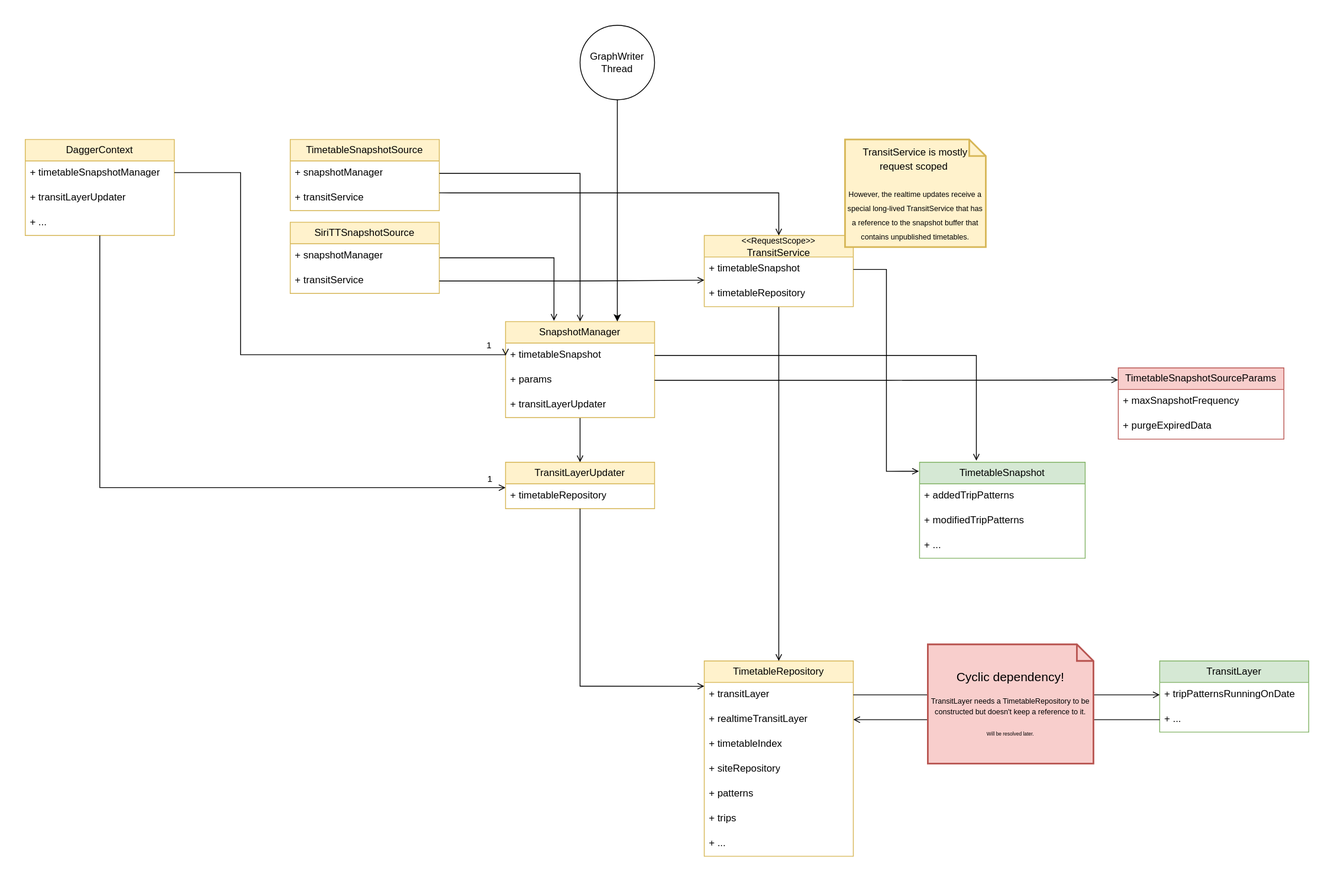
This is doc/dev/design/TimetableSnapshotManager.svg from opentripplanner/OpenTripPlanner, a draw.io export, as it was before one commit. Source tidied: cells renumbered, new cells last; positions are measured from the earlier drawing's top-left corner, leaving out a move shared by most shapes.
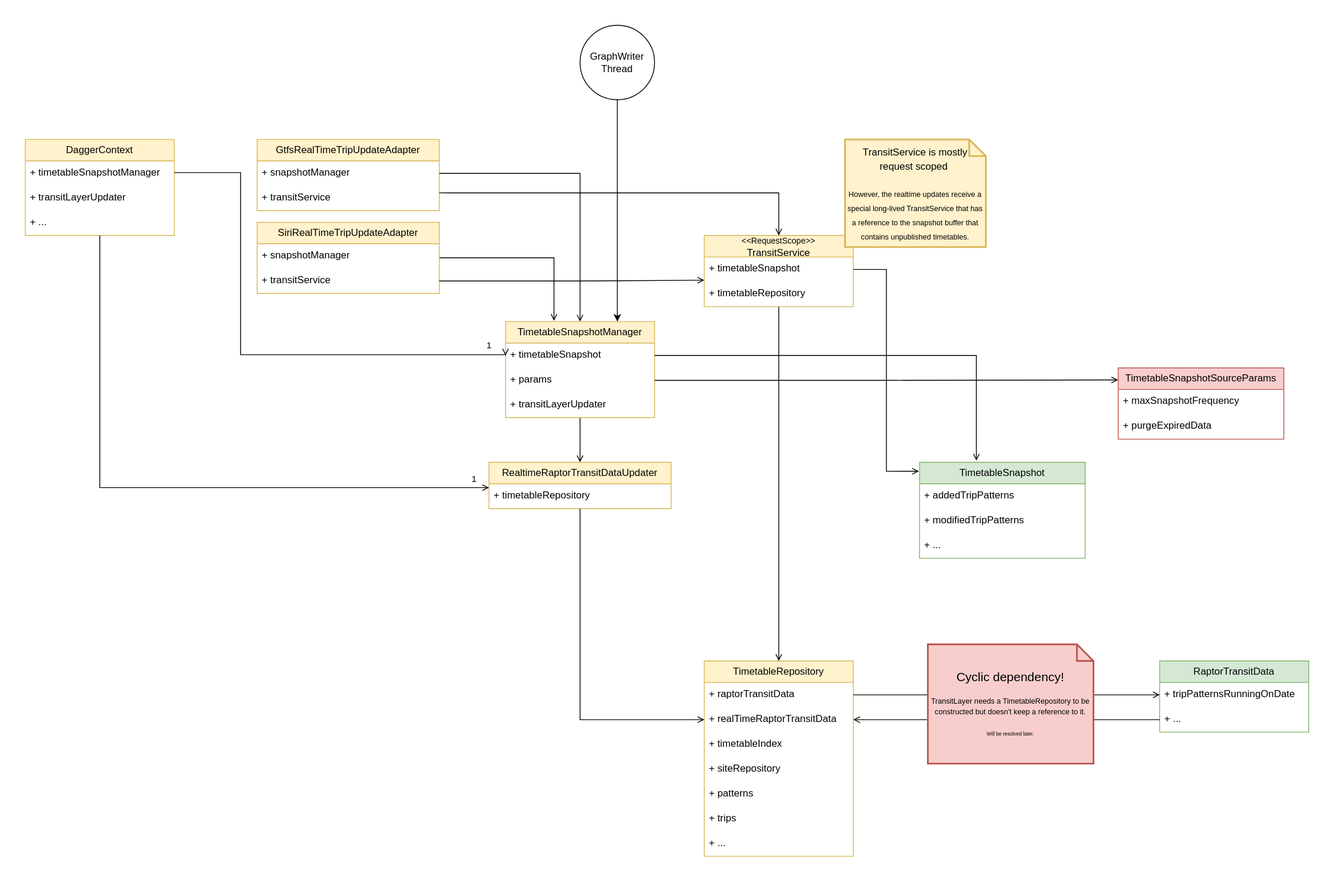
Above is the later version.

Commit message:
Add renames to the diagram

Change to the diagram source:
```diff
@@ -5,10 +5,10 @@
     <mxCell id="2" value="TimetableRepository" style="swimlane;fontStyle=0;horizontal=1;startSize=26;fillColor=#fff2cc;whiteSpace=wrap;html=1;strokeColor=#d6b656;" parent="1" vertex="1">
       <mxGeometry x="820" y="768" width="180" height="236" as="geometry" />
     </mxCell>
-    <mxCell id="3" value="&lt;div&gt;+ transitLayer&lt;br&gt;&lt;/div&gt;" style="text;strokeColor=none;fillColor=none;align=left;verticalAlign=top;spacingLeft=4;spacingRight=4;overflow=hidden;points=[[0,0.5],[1,0.5]];portConstraint=eastwest;whiteSpace=wrap;html=1;" parent="2" vertex="1">
+    <mxCell id="3" value="&lt;div&gt;+ raptorTransit&lt;span style=&quot;background-color: transparent; color: light-dark(rgb(0, 0, 0), rgb(255, 255, 255));&quot;&gt;Data&lt;/span&gt;&lt;/div&gt;" style="text;strokeColor=none;fillColor=none;align=left;verticalAlign=top;spacingLeft=4;spacingRight=4;overflow=hidden;points=[[0,0.5],[1,0.5]];portConstraint=eastwest;whiteSpace=wrap;html=1;" parent="2" vertex="1">
       <mxGeometry y="26" width="180" height="30" as="geometry" />
     </mxCell>
-    <mxCell id="4" value="&lt;div&gt;+ realtimeTransitLayer&lt;br&gt;&lt;/div&gt;" style="text;strokeColor=none;fillColor=none;align=left;verticalAlign=top;spacingLeft=4;spacingRight=4;overflow=hidden;points=[[0,0.5],[1,0.5]];portConstraint=eastwest;whiteSpace=wrap;html=1;" parent="2" vertex="1">
+    <mxCell id="4" value="&lt;div&gt;+ realTimeRaptorTransitData&lt;br&gt;&lt;/div&gt;" style="text;strokeColor=none;fillColor=none;align=left;verticalAlign=top;spacingLeft=4;spacingRight=4;overflow=hidden;points=[[0,0.5],[1,0.5]];portConstraint=eastwest;whiteSpace=wrap;html=1;" parent="2" vertex="1">
       <mxGeometry y="56" width="180" height="30" as="geometry" />
     </mxCell>
     <mxCell id="5" value="&lt;div&gt;+ timetableIndex&lt;/div&gt;" style="text;strokeColor=none;fillColor=none;align=left;verticalAlign=top;spacingLeft=4;spacingRight=4;overflow=hidden;whiteSpace=wrap;html=1;" parent="2" vertex="1">
@@ -29,28 +29,28 @@
     <mxCell id="10" style="edgeStyle=orthogonalEdgeStyle;shape=connector;rounded=0;jettySize=auto;html=1;strokeColor=default;align=center;verticalAlign=middle;fontFamily=Helvetica;fontSize=11;fontColor=default;labelBackgroundColor=default;endArrow=open;endFill=0;entryX=0.325;entryY=-0.009;entryDx=0;entryDy=0;entryPerimeter=0;" parent="1" edge="1" source="11" target="18">
       <mxGeometry relative="1" as="geometry" />
     </mxCell>
-    <mxCell id="11" value="SiriTTSnapshotSource" style="swimlane;fontStyle=0;horizontal=1;startSize=26;fillColor=#fff2cc;whiteSpace=wrap;html=1;strokeColor=#d6b656;" parent="1" vertex="1">
-      <mxGeometry x="320" y="238" width="180" height="86" as="geometry" />
+    <mxCell id="11" value="SiriRealTimeTripUpdateAdapter" style="swimlane;fontStyle=0;horizontal=1;startSize=26;fillColor=#fff2cc;whiteSpace=wrap;html=1;strokeColor=#d6b656;" parent="1" vertex="1">
+      <mxGeometry x="280" y="238" width="220" height="86" as="geometry" />
     </mxCell>
     <mxCell id="12" value="+ snapshotManager" style="text;strokeColor=none;fillColor=none;align=left;verticalAlign=top;spacingLeft=4;spacingRight=4;overflow=hidden;whiteSpace=wrap;html=1;" parent="11" vertex="1">
-      <mxGeometry y="26" width="180" height="30" as="geometry" />
+      <mxGeometry y="26" width="220" height="30" as="geometry" />
     </mxCell>
     <mxCell id="13" value="+ transitService" style="text;strokeColor=none;fillColor=none;align=left;verticalAlign=top;spacingLeft=4;spacingRight=4;overflow=hidden;points=[[0,0.5],[1,0.5]];portConstraint=eastwest;whiteSpace=wrap;html=1;" parent="11" vertex="1">
-      <mxGeometry y="56" width="180" height="30" as="geometry" />
+      <mxGeometry y="56" width="220" height="30" as="geometry" />
     </mxCell>
-    <mxCell id="14" value="TimetableSnapshotSource" style="swimlane;fontStyle=0;horizontal=1;startSize=26;fillColor=#fff2cc;whiteSpace=wrap;html=1;strokeColor=#d6b656;" parent="1" vertex="1">
-      <mxGeometry x="320" y="138" width="180" height="86" as="geometry" />
+    <mxCell id="14" value="GtfsRealTimeTripUpdateAdapter" style="swimlane;fontStyle=0;horizontal=1;startSize=26;fillColor=#fff2cc;whiteSpace=wrap;html=1;strokeColor=#d6b656;" parent="1" vertex="1">
+      <mxGeometry x="280" y="138" width="220" height="86" as="geometry" />
     </mxCell>
     <mxCell id="15" value="+ snapshotManager" style="text;strokeColor=none;fillColor=none;align=left;verticalAlign=top;spacingLeft=4;spacingRight=4;overflow=hidden;points=[[0,0.5],[1,0.5]];portConstraint=eastwest;whiteSpace=wrap;html=1;" parent="14" vertex="1">
-      <mxGeometry y="26" width="180" height="30" as="geometry" />
+      <mxGeometry y="26" width="220" height="30" as="geometry" />
     </mxCell>
     <mxCell id="16" value="+ transitService" style="text;strokeColor=none;fillColor=none;align=left;verticalAlign=top;spacingLeft=4;spacingRight=4;overflow=hidden;whiteSpace=wrap;html=1;" parent="14" vertex="1">
-      <mxGeometry y="56" width="180" height="30" as="geometry" />
+      <mxGeometry y="56" width="220" height="30" as="geometry" />
     </mxCell>
     <mxCell id="17" style="edgeStyle=orthogonalEdgeStyle;shape=connector;rounded=0;jettySize=auto;html=1;entryX=0.5;entryY=0;entryDx=0;entryDy=0;strokeColor=default;align=center;verticalAlign=middle;fontFamily=Helvetica;fontSize=11;fontColor=default;labelBackgroundColor=default;endArrow=open;endFill=0;" parent="1" edge="1" source="18" target="26">
       <mxGeometry relative="1" as="geometry" />
     </mxCell>
-    <mxCell id="18" value="&lt;div&gt;&lt;span style=&quot;background-color: initial;&quot;&gt;SnapshotManager&lt;/span&gt;&lt;br&gt;&lt;/div&gt;" style="swimlane;fontStyle=0;horizontal=1;startSize=26;fillColor=#fff2cc;whiteSpace=wrap;html=1;strokeColor=#d6b656;" parent="1" vertex="1">
+    <mxCell id="18" value="&lt;div&gt;&lt;span style=&quot;background-color: initial;&quot;&gt;TimetableSnapshotManager&lt;/span&gt;&lt;br&gt;&lt;/div&gt;" style="swimlane;fontStyle=0;horizontal=1;startSize=26;fillColor=#fff2cc;whiteSpace=wrap;html=1;strokeColor=#d6b656;" parent="1" vertex="1">
       <mxGeometry x="580" y="358" width="180" height="116" as="geometry" />
     </mxCell>
     <mxCell id="19" value="+ timetableSnapshot" style="text;strokeColor=none;fillColor=none;align=left;verticalAlign=top;spacingLeft=4;spacingRight=4;overflow=hidden;points=[[0,0.5],[1,0.5]];portConstraint=eastwest;whiteSpace=wrap;html=1;" parent="18" vertex="1">
@@ -74,11 +74,11 @@
     <mxCell id="25" value="+ ..." style="text;strokeColor=none;fillColor=none;align=left;verticalAlign=top;spacingLeft=4;spacingRight=4;overflow=hidden;whiteSpace=wrap;html=1;" parent="22" vertex="1">
       <mxGeometry y="86" width="200" height="30" as="geometry" />
     </mxCell>
-    <mxCell id="26" value="TransitLayerUpdater" style="swimlane;fontStyle=0;horizontal=1;startSize=26;fillColor=#fff2cc;whiteSpace=wrap;html=1;strokeColor=#d6b656;" parent="1" vertex="1">
-      <mxGeometry x="580" y="528" width="180" height="56" as="geometry" />
+    <mxCell id="26" value="RealtimeRaptorTransitDataUpdater" style="swimlane;fontStyle=0;horizontal=1;startSize=26;fillColor=#fff2cc;whiteSpace=wrap;html=1;strokeColor=#d6b656;" parent="1" vertex="1">
+      <mxGeometry x="560" y="528" width="220" height="56" as="geometry" />
     </mxCell>
     <mxCell id="27" value="&lt;div&gt;+ timetableRepository&lt;/div&gt;" style="text;strokeColor=none;fillColor=none;align=left;verticalAlign=top;spacingLeft=4;spacingRight=4;overflow=hidden;points=[[0,0.5],[1,0.5]];portConstraint=eastwest;whiteSpace=wrap;html=1;" parent="26" vertex="1">
-      <mxGeometry y="26" width="180" height="30" as="geometry" />
+      <mxGeometry y="26" width="220" height="30" as="geometry" />
     </mxCell>
     <mxCell id="28" value="TimetableSnapshotSourceParams" style="swimlane;fontStyle=0;horizontal=1;startSize=26;fillColor=#f8cecc;whiteSpace=wrap;html=1;strokeColor=#b85450;" parent="1" vertex="1">
       <mxGeometry x="1320" y="414" width="200" height="86" as="geometry" />
@@ -92,7 +92,7 @@
     <mxCell id="31" style="edgeStyle=orthogonalEdgeStyle;shape=connector;rounded=0;jettySize=auto;html=1;strokeColor=default;align=center;verticalAlign=middle;fontFamily=Helvetica;fontSize=11;fontColor=default;labelBackgroundColor=default;endArrow=open;endFill=0;entryX=-0.001;entryY=0.169;entryDx=0;entryDy=0;entryPerimeter=0;" parent="1" edge="1" source="20" target="28">
       <mxGeometry relative="1" as="geometry" />
     </mxCell>
-    <mxCell id="32" value="TransitLayer" style="swimlane;fontStyle=0;horizontal=1;startSize=26;fillColor=#d5e8d4;whiteSpace=wrap;html=1;strokeColor=#82b366;" parent="1" vertex="1">
+    <mxCell id="32" value="RaptorTransitData" style="swimlane;fontStyle=0;horizontal=1;startSize=26;fillColor=#d5e8d4;whiteSpace=wrap;html=1;strokeColor=#82b366;" parent="1" vertex="1">
       <mxGeometry x="1370" y="768" width="180" height="86" as="geometry" />
     </mxCell>
     <mxCell id="33" value="&lt;div&gt;+ tripPatternsRunningOnDate&lt;br&gt;&lt;/div&gt;" style="text;strokeColor=none;fillColor=none;align=left;verticalAlign=top;spacingLeft=4;spacingRight=4;overflow=hidden;points=[[0,0.5],[1,0.5]];portConstraint=eastwest;whiteSpace=wrap;html=1;" parent="32" vertex="1">
@@ -143,7 +143,7 @@
         <mxPoint x="12" y="-9" as="offset" />
       </mxGeometry>
     </mxCell>
-    <mxCell id="47" style="edgeStyle=orthogonalEdgeStyle;rounded=0;jettySize=auto;html=1;entryX=0;entryY=0.154;entryDx=0;entryDy=0;entryPerimeter=0;endArrow=open;endFill=0;" parent="1" edge="1" source="26" target="3">
+    <mxCell id="47" style="edgeStyle=orthogonalEdgeStyle;rounded=0;jettySize=auto;html=1;entryX=0;entryY=0.5;entryDx=0;entryDy=0;endArrow=open;endFill=0;" parent="1" edge="1" source="26" target="4">
       <mxGeometry relative="1" as="geometry" />
     </mxCell>
     <mxCell id="48" style="edgeStyle=orthogonalEdgeStyle;rounded=0;jettySize=auto;html=1;endArrow=open;endFill=0;" parent="1" edge="1" source="13">
```
